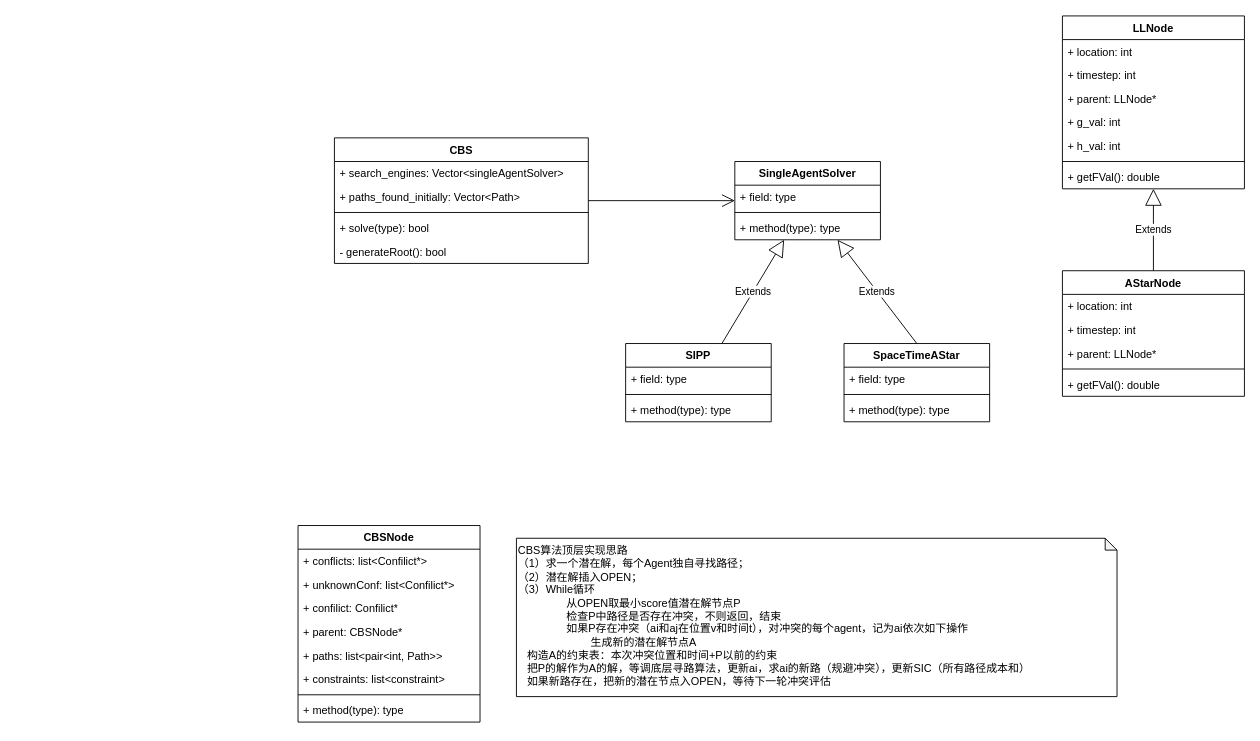
This is page "算法说明" (5 of 5) of docs/architecture.drawio from lvyv/mptools, a draw.io file, before an edit. Source tidied: cells renumbered, new cells numbered last; positions are measured from the earlier drawing's top-left corner, leaving out a move shared by most shapes. Both pictures are drawn from the tidied source at 91%, with x=0, y=0 at pixel (298, 15).
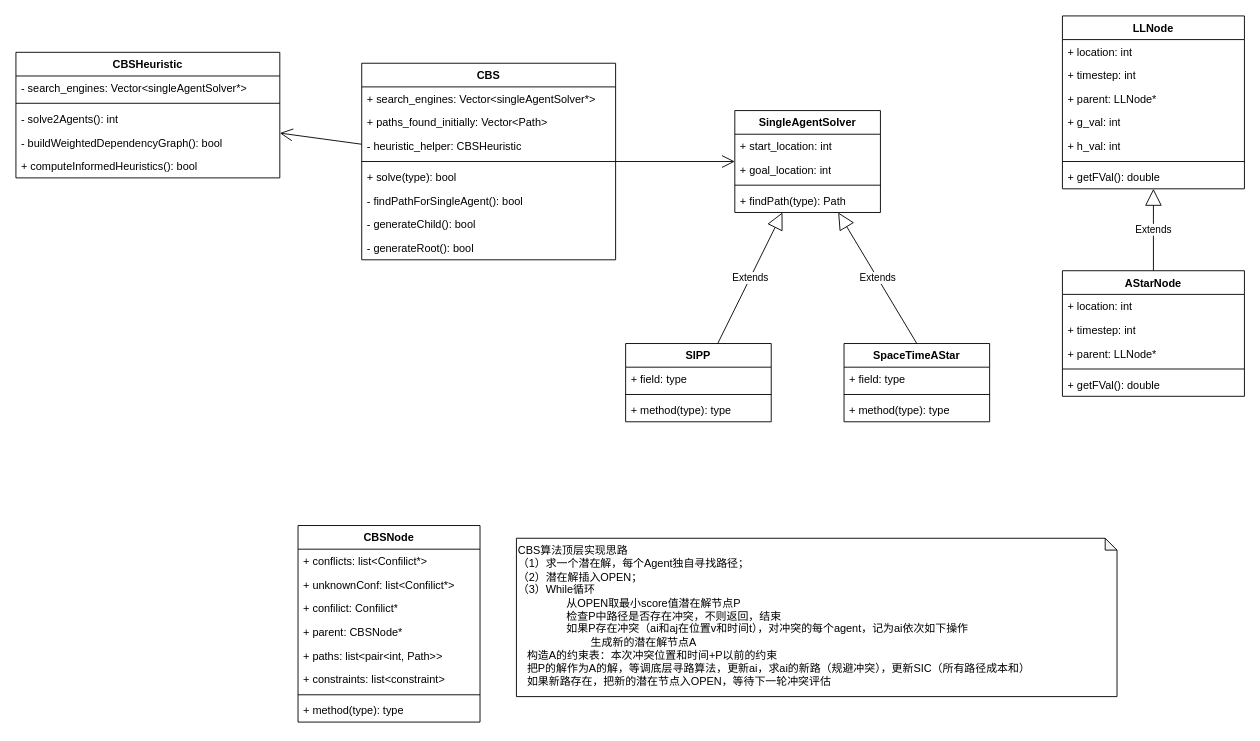
Above is the later version.

What changed in the source:
```diff
@@
     <mxCell id="2" value="SingleAgentSolver" style="swimlane;fontStyle=1;align=center;verticalAlign=top;horizontal=1;startSize=26;whiteSpace=wrap;html=1;" parent="1" vertex="1">
-      <mxGeometry x="480" y="160" width="160" height="86" as="geometry" />
+      <mxGeometry x="480" y="104" width="160" height="112" as="geometry" />
     </mxCell>
-    <mxCell id="3" value="+ field: type" style="text;strokeColor=none;fillColor=none;align=left;verticalAlign=top;spacingLeft=4;spacingRight=4;overflow=hidden;whiteSpace=wrap;html=1;" parent="2" vertex="1">
+    <mxCell id="3" value="+ start_location: int" style="text;strokeColor=none;fillColor=none;align=left;verticalAlign=top;spacingLeft=4;spacingRight=4;overflow=hidden;whiteSpace=wrap;html=1;" parent="2" vertex="1">
       <mxGeometry y="26" width="160" height="26" as="geometry" />
     </mxCell>
+    <mxCell id="48" value="+ goal_location: int" style="text;strokeColor=none;fillColor=none;align=left;verticalAlign=top;spacingLeft=4;spacingRight=4;overflow=hidden;whiteSpace=wrap;html=1;" parent="2" vertex="1">
+      <mxGeometry y="52" width="160" height="26" as="geometry" />
+    </mxCell>
     <mxCell id="4" style="line;strokeWidth=1;fillColor=none;align=left;verticalAlign=middle;spacingTop=-1;spacingLeft=3;spacingRight=3;labelPosition=right;strokeColor=inherit;" parent="2" vertex="1">
-      <mxGeometry y="52" width="160" height="8" as="geometry" />
+      <mxGeometry y="78" width="160" height="8" as="geometry" />
     </mxCell>
-    <mxCell id="5" value="+ method(type): type" style="text;strokeColor=none;fillColor=none;align=left;verticalAlign=top;spacingLeft=4;spacingRight=4;overflow=hidden;whiteSpace=wrap;html=1;" parent="2" vertex="1">
-      <mxGeometry y="60" width="160" height="26" as="geometry" />
+    <mxCell id="5" value="+ findPath(type): Path" style="text;strokeColor=none;fillColor=none;align=left;verticalAlign=top;spacingLeft=4;spacingRight=4;overflow=hidden;whiteSpace=wrap;html=1;" parent="2" vertex="1">
+      <mxGeometry y="86" width="160" height="26" as="geometry" />
     </mxCell>
@@
     <mxCell id="16" value="CBS" style="swimlane;fontStyle=1;align=center;verticalAlign=top;horizontal=1;startSize=26;whiteSpace=wrap;html=1;" parent="1" vertex="1">
-      <mxGeometry x="40" y="134" width="279" height="138" as="geometry" />
+      <mxGeometry x="70" y="52" width="279" height="216" as="geometry" />
     </mxCell>
-    <mxCell id="17" value="+ search_engines: Vector&amp;lt;singleAgentSolver&amp;gt;" style="text;strokeColor=none;fillColor=none;align=left;verticalAlign=top;spacingLeft=4;spacingRight=4;overflow=hidden;whiteSpace=wrap;html=1;" parent="16" vertex="1">
+    <mxCell id="17" value="+ search_engines: Vector&amp;lt;singleAgentSolver*&amp;gt;" style="text;strokeColor=none;fillColor=none;align=left;verticalAlign=top;spacingLeft=4;spacingRight=4;overflow=hidden;whiteSpace=wrap;html=1;" parent="16" vertex="1">
       <mxGeometry y="26" width="279" height="26" as="geometry" />
     </mxCell>
@@
+    <mxCell id="49" value="- heuristic_helper: CBSHeuristic" style="text;strokeColor=none;fillColor=none;align=left;verticalAlign=top;spacingLeft=4;spacingRight=4;overflow=hidden;whiteSpace=wrap;html=1;" parent="16" vertex="1">
+      <mxGeometry y="78" width="279" height="26" as="geometry" />
+    </mxCell>
     <mxCell id="19" style="line;strokeWidth=1;fillColor=none;align=left;verticalAlign=middle;spacingTop=-1;spacingLeft=3;spacingRight=3;labelPosition=right;strokeColor=inherit;" parent="16" vertex="1">
-      <mxGeometry y="78" width="279" height="8" as="geometry" />
+      <mxGeometry y="104" width="279" height="8" as="geometry" />
     </mxCell>
     <mxCell id="20" value="+ solve(type): bool&lt;span style=&quot;white-space: pre;&quot;&gt; &lt;/span&gt;" style="text;strokeColor=none;fillColor=none;align=left;verticalAlign=top;spacingLeft=4;spacingRight=4;overflow=hidden;whiteSpace=wrap;html=1;" parent="16" vertex="1">
-      <mxGeometry y="86" width="279" height="26" as="geometry" />
+      <mxGeometry y="112" width="279" height="26" as="geometry" />
     </mxCell>
+    <mxCell id="50" value="- findPathForSingleAgent(): bool" style="text;strokeColor=none;fillColor=none;align=left;verticalAlign=top;spacingLeft=4;spacingRight=4;overflow=hidden;whiteSpace=wrap;html=1;" parent="16" vertex="1">
+      <mxGeometry y="138" width="279" height="26" as="geometry" />
+    </mxCell>
-    <mxCell id="21" value="- generateRoot(): bool&lt;span style=&quot;white-space: pre;&quot;&gt; &lt;/span&gt;" style="text;strokeColor=none;fillColor=none;align=left;verticalAlign=top;spacingLeft=4;spacingRight=4;overflow=hidden;whiteSpace=wrap;html=1;" parent="16" vertex="1">
-      <mxGeometry y="112" width="279" height="26" as="geometry" />
+    <mxCell id="21" value="- generateChild(): bool&lt;span style=&quot;white-space: pre;&quot;&gt; &lt;/span&gt;" style="text;strokeColor=none;fillColor=none;align=left;verticalAlign=top;spacingLeft=4;spacingRight=4;overflow=hidden;whiteSpace=wrap;html=1;" parent="16" vertex="1">
+      <mxGeometry y="164" width="279" height="26" as="geometry" />
     </mxCell>
+    <mxCell id="51" value="- generateRoot(): bool&lt;span style=&quot;white-space: pre;&quot;&gt; &lt;/span&gt;" style="text;strokeColor=none;fillColor=none;align=left;verticalAlign=top;spacingLeft=4;spacingRight=4;overflow=hidden;whiteSpace=wrap;html=1;" parent="16" vertex="1">
+      <mxGeometry y="190" width="279" height="26" as="geometry" />
+    </mxCell>
@@
+    <mxCell id="52" value="CBSHeuristic" style="swimlane;fontStyle=1;align=center;verticalAlign=top;horizontal=1;startSize=26;whiteSpace=wrap;html=1;" parent="1" vertex="1">
+      <mxGeometry x="-310" y="40" width="290" height="138" as="geometry" />
+    </mxCell>
+    <mxCell id="53" value="- search_engines: Vector&amp;lt;singleAgentSolver*&amp;gt;" style="text;strokeColor=none;fillColor=none;align=left;verticalAlign=top;spacingLeft=4;spacingRight=4;overflow=hidden;whiteSpace=wrap;html=1;" parent="52" vertex="1">
+      <mxGeometry y="26" width="290" height="26" as="geometry" />
+    </mxCell>
+    <mxCell id="54" style="line;strokeWidth=1;fillColor=none;align=left;verticalAlign=middle;spacingTop=-1;spacingLeft=3;spacingRight=3;labelPosition=right;strokeColor=inherit;" parent="52" vertex="1">
+      <mxGeometry y="52" width="290" height="8" as="geometry" />
+    </mxCell>
+    <mxCell id="55" value="- solve2Agents(): int" style="text;strokeColor=none;fillColor=none;align=left;verticalAlign=top;spacingLeft=4;spacingRight=4;overflow=hidden;whiteSpace=wrap;html=1;" parent="52" vertex="1">
+      <mxGeometry y="60" width="290" height="26" as="geometry" />
+    </mxCell>
+    <mxCell id="56" value="- buildWeightedDependencyGraph(): bool" style="text;strokeColor=none;fillColor=none;align=left;verticalAlign=top;spacingLeft=4;spacingRight=4;overflow=hidden;whiteSpace=wrap;html=1;" parent="52" vertex="1">
+      <mxGeometry y="86" width="290" height="26" as="geometry" />
+    </mxCell>
+    <mxCell id="57" value="+ computeInformedHeuristics(): bool" style="text;strokeColor=none;fillColor=none;align=left;verticalAlign=top;spacingLeft=4;spacingRight=4;overflow=hidden;whiteSpace=wrap;html=1;" parent="52" vertex="1">
+      <mxGeometry y="112" width="290" height="26" as="geometry" />
+    </mxCell>
+    <mxCell id="58" style="endArrow=open;endFill=1;endSize=12;html=1;rounded=0;" parent="1" edge="1" source="16" target="52">
+      <mxGeometry relative="1" as="geometry" />
+    </mxCell>
```
